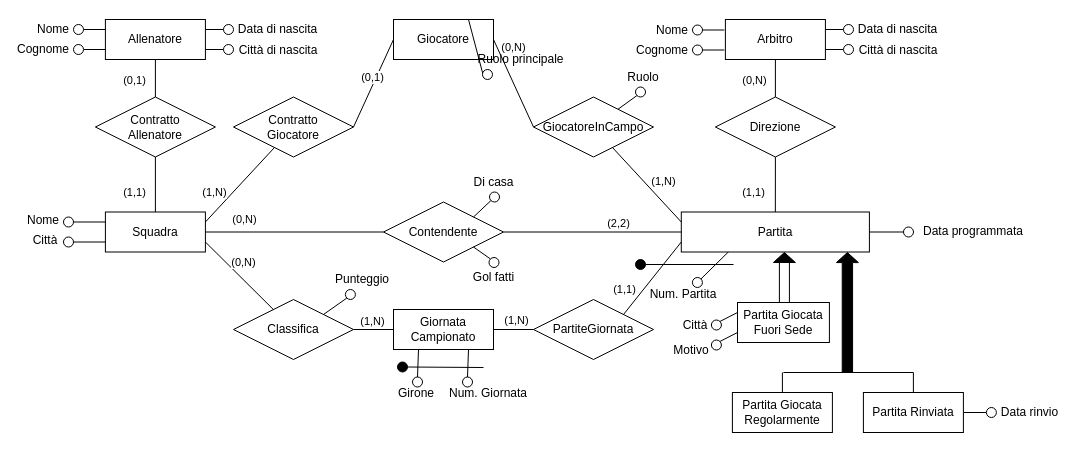
This is page "SenzaGeneralizz" (9 of 12) of Campionato.drawio from miguel76/corso-bdd, a draw.io file, before an edit. Source tidied: cells renumbered, new cells numbered last; positions are measured from the earlier drawing's top-left corner, leaving out a move shared by most shapes. Both pictures are drawn from the tidied source at 100%, with x=0, y=0 at pixel (23, 17).
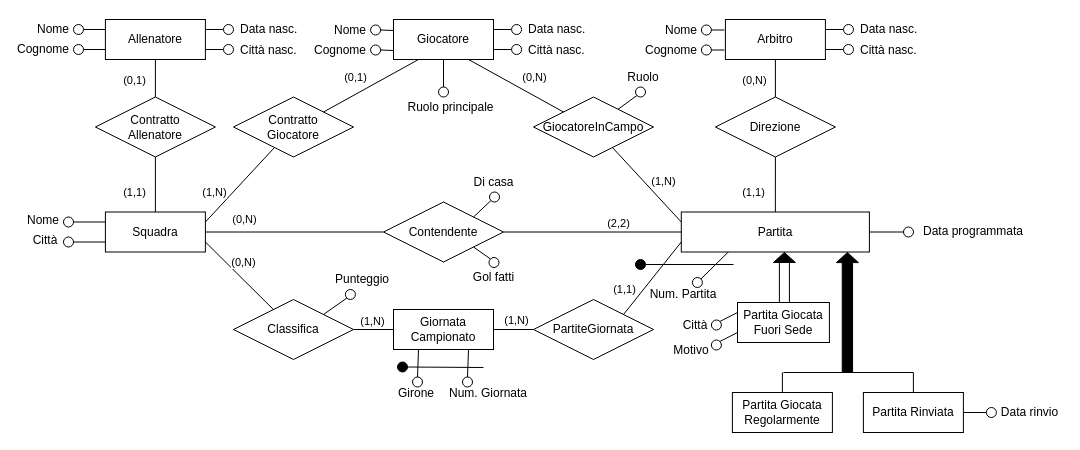
The same page after the edit.

Unchanged cells that the change refers to:
```xml
<mxCell id="4" value="Giocatore" style="whiteSpace=wrap;html=1;align=center;" parent="1" vertex="1">
  <mxGeometry x="370" y="2" width="100" height="40" as="geometry" />
</mxCell>
<mxCell id="6" value="Contratto&lt;br&gt;Giocatore" style="shape=rhombus;perimeter=rhombusPerimeter;whiteSpace=wrap;html=1;align=center;" parent="1" vertex="1">
  <mxGeometry x="210" y="79.5" width="120" height="60" as="geometry" />
</mxCell>
<mxCell id="7" value="GiocatoreInCampo" style="shape=rhombus;perimeter=rhombusPerimeter;whiteSpace=wrap;html=1;align=center;" parent="1" vertex="1">
  <mxGeometry x="510" y="79.5" width="120" height="60" as="geometry" />
</mxCell>
```

Diff of the diagram source:
```diff
@@
-    <mxCell id="14" style="endArrow=none;html=1;rounded=0;exitX=1;exitY=0.5;exitDx=0;exitDy=0;entryX=0;entryY=0.5;entryDx=0;entryDy=0;" parent="1" edge="1" source="6" target="4">
+    <mxCell id="14" style="endArrow=none;html=1;rounded=0;entryX=0.25;entryY=1;entryDx=0;entryDy=0;exitX=1;exitY=0;exitDx=0;exitDy=0;" parent="1" edge="1" source="6" target="4">
       <mxGeometry relative="1" as="geometry" />
     </mxCell>
     <mxCell id="15" value="(0,1)" style="edgeLabel;html=1;align=center;verticalAlign=middle;" parent="14" vertex="1">
       <mxGeometry x="-0.1" y="-1" relative="1" as="geometry">
-        <mxPoint y="-11" as="offset" />
+        <mxPoint x="-11.5" y="-12.2" as="offset" />
       </mxGeometry>
     </mxCell>
-    <mxCell id="16" style="endArrow=none;html=1;rounded=0;exitX=1;exitY=0.5;exitDx=0;exitDy=0;entryX=0;entryY=0.5;entryDx=0;entryDy=0;" parent="1" edge="1" source="4" target="7">
+    <mxCell id="16" style="endArrow=none;html=1;rounded=0;exitX=0.75;exitY=1;exitDx=0;exitDy=0;entryX=0;entryY=0;entryDx=0;entryDy=0;" parent="1" edge="1" source="4" target="7">
       <mxGeometry relative="1" as="geometry" />
     </mxCell>
     <mxCell id="17" value="(0,N)" style="edgeLabel;html=1;align=center;verticalAlign=middle;" parent="16" vertex="1">
       <mxGeometry x="-0.49" y="-1" relative="1" as="geometry">
-        <mxPoint x="10" y="-16" as="offset" />
+        <mxPoint x="41" y="3.1" as="offset" />
       </mxGeometry>
     </mxCell>
@@
-    <mxCell id="32" style="endArrow=none;html=1;rounded=0;exitX=0;exitY=1;exitDx=0;exitDy=0;entryX=0.75;entryY=0;entryDx=0;entryDy=0;" parent="1" edge="1" source="33" target="4">
+    <mxCell id="32" style="endArrow=none;html=1;rounded=0;exitX=0.5;exitY=0;exitDx=0;exitDy=0;entryX=0.5;entryY=1;entryDx=0;entryDy=0;" parent="1" edge="1" source="33" target="4">
       <mxGeometry relative="1" as="geometry" />
     </mxCell>
     <mxCell id="33" style="ellipse;whiteSpace=wrap;html=1;" parent="1" vertex="1">
-      <mxGeometry x="459" y="52" width="10" height="10" as="geometry" />
+      <mxGeometry x="415" y="69.5" width="10" height="10" as="geometry" />
     </mxCell>
     <mxCell id="34" value="Ruolo principale" style="text;html=1;strokeColor=none;fillColor=none;align=center;verticalAlign=middle;whiteSpace=wrap;rounded=0;" parent="1" vertex="1">
-      <mxGeometry x="449" y="32" width="97" height="20" as="geometry" />
+      <mxGeometry x="379" y="79.5" width="97" height="20" as="geometry" />
     </mxCell>
@@
-    <mxCell id="37" value="Data di nascita" style="text;html=1;strokeColor=none;fillColor=none;align=center;verticalAlign=middle;whiteSpace=wrap;rounded=0;" parent="1" vertex="1">
-      <mxGeometry x="210" y="2" width="89" height="20" as="geometry" />
+    <mxCell id="37" value="Data nasc." style="text;html=1;strokeColor=none;fillColor=none;align=left;verticalAlign=middle;whiteSpace=wrap;rounded=0;" parent="1" vertex="1">
+      <mxGeometry x="215" y="2" width="65" height="20" as="geometry" />
     </mxCell>
@@
-    <mxCell id="40" value="Città di nascita" style="text;html=1;strokeColor=none;fillColor=none;align=center;verticalAlign=middle;whiteSpace=wrap;rounded=0;" parent="1" vertex="1">
-      <mxGeometry x="210" y="22.5" width="90" height="20" as="geometry" />
+    <mxCell id="40" value="Città nasc." style="text;html=1;strokeColor=none;fillColor=none;align=left;verticalAlign=middle;whiteSpace=wrap;rounded=0;" parent="1" vertex="1">
+      <mxGeometry x="215" y="22.5" width="65" height="20" as="geometry" />
     </mxCell>
@@
     <mxCell id="111" style="ellipse;whiteSpace=wrap;html=1;" parent="1" vertex="1">
-      <mxGeometry x="669" y="27.5" width="10" height="10" as="geometry" />
+      <mxGeometry x="677.9" y="27.5" width="10" height="10" as="geometry" />
     </mxCell>
     <mxCell id="112" value="Nome" style="text;html=1;strokeColor=none;fillColor=none;align=center;verticalAlign=middle;whiteSpace=wrap;rounded=0;" parent="1" vertex="1">
-      <mxGeometry x="629" width="40" height="25" as="geometry" />
+      <mxGeometry x="637.9" width="40" height="25" as="geometry" />
     </mxCell>
@@
     <mxCell id="114" style="ellipse;whiteSpace=wrap;html=1;" parent="1" vertex="1">
-      <mxGeometry x="669" y="7.5" width="10" height="10" as="geometry" />
+      <mxGeometry x="677.9" y="7.5" width="10" height="10" as="geometry" />
     </mxCell>
     <mxCell id="115" value="Cognome" style="text;html=1;strokeColor=none;fillColor=none;align=center;verticalAlign=middle;whiteSpace=wrap;rounded=0;" parent="1" vertex="1">
-      <mxGeometry x="619" y="22.5" width="40" height="20" as="geometry" />
+      <mxGeometry x="627.9" y="22.5" width="40" height="20" as="geometry" />
     </mxCell>
@@
-    <mxCell id="118" value="Data di nascita" style="text;html=1;strokeColor=none;fillColor=none;align=center;verticalAlign=middle;whiteSpace=wrap;rounded=0;" parent="1" vertex="1">
-      <mxGeometry x="830" y="2" width="89" height="20" as="geometry" />
+    <mxCell id="118" value="Data nasc." style="text;html=1;strokeColor=none;fillColor=none;align=left;verticalAlign=middle;whiteSpace=wrap;rounded=0;" parent="1" vertex="1">
+      <mxGeometry x="834.9" y="2" width="89" height="20" as="geometry" />
     </mxCell>
@@
-    <mxCell id="121" value="Città di nascita" style="text;html=1;strokeColor=none;fillColor=none;align=center;verticalAlign=middle;whiteSpace=wrap;rounded=0;" parent="1" vertex="1">
-      <mxGeometry x="830" y="22.5" width="90" height="20" as="geometry" />
+    <mxCell id="121" value="Città nasc." style="text;html=1;strokeColor=none;fillColor=none;align=left;verticalAlign=middle;whiteSpace=wrap;rounded=0;" parent="1" vertex="1">
+      <mxGeometry x="834.9" y="22.5" width="90" height="20" as="geometry" />
     </mxCell>
+    <mxCell id="122" style="endArrow=none;html=1;rounded=0;exitX=1;exitY=0.5;exitDx=0;exitDy=0;" parent="1" edge="1" source="123">
+      <mxGeometry relative="1" as="geometry">
+        <mxPoint x="370" y="33" as="targetPoint" />
+      </mxGeometry>
+    </mxCell>
+    <mxCell id="123" style="ellipse;whiteSpace=wrap;html=1;" parent="1" vertex="1">
+      <mxGeometry x="347.1" y="27.5" width="10" height="10" as="geometry" />
+    </mxCell>
+    <mxCell id="124" value="Nome" style="text;html=1;strokeColor=none;fillColor=none;align=center;verticalAlign=middle;whiteSpace=wrap;rounded=0;" parent="1" vertex="1">
+      <mxGeometry x="307.1" width="40" height="25" as="geometry" />
+    </mxCell>
+    <mxCell id="125" style="endArrow=none;html=1;rounded=0;exitX=1;exitY=0.5;exitDx=0;exitDy=0;" parent="1" edge="1" source="126">
+      <mxGeometry relative="1" as="geometry">
+        <mxPoint x="370" y="13" as="targetPoint" />
+      </mxGeometry>
+    </mxCell>
+    <mxCell id="126" style="ellipse;whiteSpace=wrap;html=1;" parent="1" vertex="1">
+      <mxGeometry x="347.1" y="7.5" width="10" height="10" as="geometry" />
+    </mxCell>
+    <mxCell id="127" value="Cognome" style="text;html=1;strokeColor=none;fillColor=none;align=center;verticalAlign=middle;whiteSpace=wrap;rounded=0;" parent="1" vertex="1">
+      <mxGeometry x="297.1" y="22.5" width="40" height="20" as="geometry" />
+    </mxCell>
+    <mxCell id="128" style="endArrow=none;html=1;rounded=0;exitX=0;exitY=0.5;exitDx=0;exitDy=0;entryX=1;entryY=0.25;entryDx=0;entryDy=0;" parent="1" edge="1" source="129">
+      <mxGeometry relative="1" as="geometry">
+        <mxPoint x="470" y="12" as="targetPoint" />
+      </mxGeometry>
+    </mxCell>
+    <mxCell id="129" style="ellipse;whiteSpace=wrap;html=1;" parent="1" vertex="1">
+      <mxGeometry x="488.1" y="7" width="10" height="10" as="geometry" />
+    </mxCell>
+    <mxCell id="130" value="Data nasc." style="text;html=1;strokeColor=none;fillColor=none;align=left;verticalAlign=middle;whiteSpace=wrap;rounded=0;" parent="1" vertex="1">
+      <mxGeometry x="503" y="2" width="89" height="20" as="geometry" />
+    </mxCell>
+    <mxCell id="131" style="endArrow=none;html=1;rounded=0;exitX=0;exitY=0.5;exitDx=0;exitDy=0;entryX=1;entryY=0.75;entryDx=0;entryDy=0;" parent="1" edge="1" source="132">
+      <mxGeometry relative="1" as="geometry">
+        <mxPoint x="470" y="32" as="targetPoint" />
+      </mxGeometry>
+    </mxCell>
+    <mxCell id="132" style="ellipse;whiteSpace=wrap;html=1;" parent="1" vertex="1">
+      <mxGeometry x="488.1" y="27" width="10" height="10" as="geometry" />
+    </mxCell>
+    <mxCell id="133" value="Città nasc." style="text;html=1;strokeColor=none;fillColor=none;align=left;verticalAlign=middle;whiteSpace=wrap;rounded=0;" parent="1" vertex="1">
+      <mxGeometry x="503" y="22.5" width="90" height="20" as="geometry" />
+    </mxCell>
```
